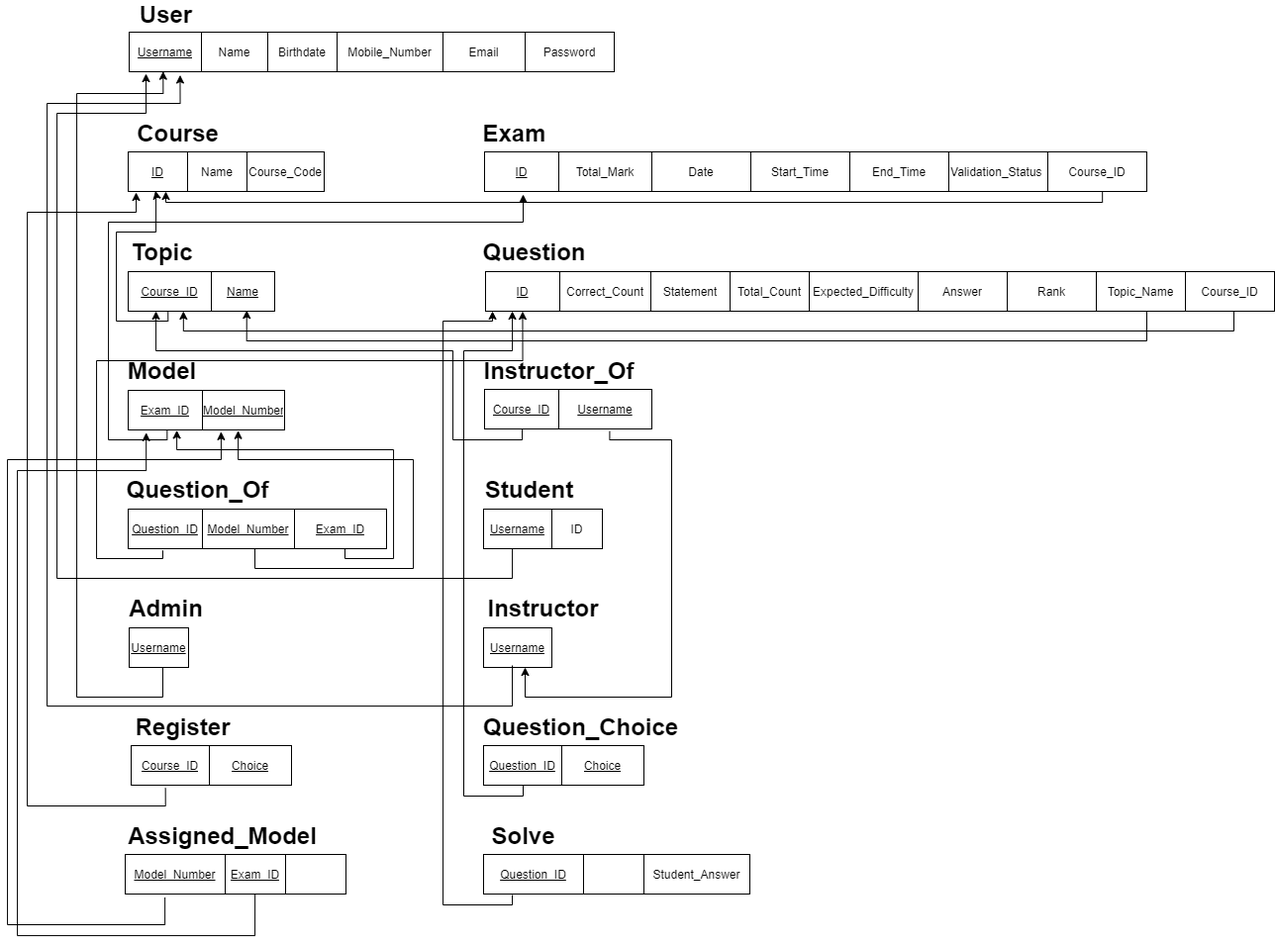
Above: Database Design/schema.png in aymanred121/Examination-Management-System (draw.io), before the change. Source tidied: cells renumbered, new cells last; positions are measured from the earlier drawing's top-left corner, leaving out a move shared by most shapes.
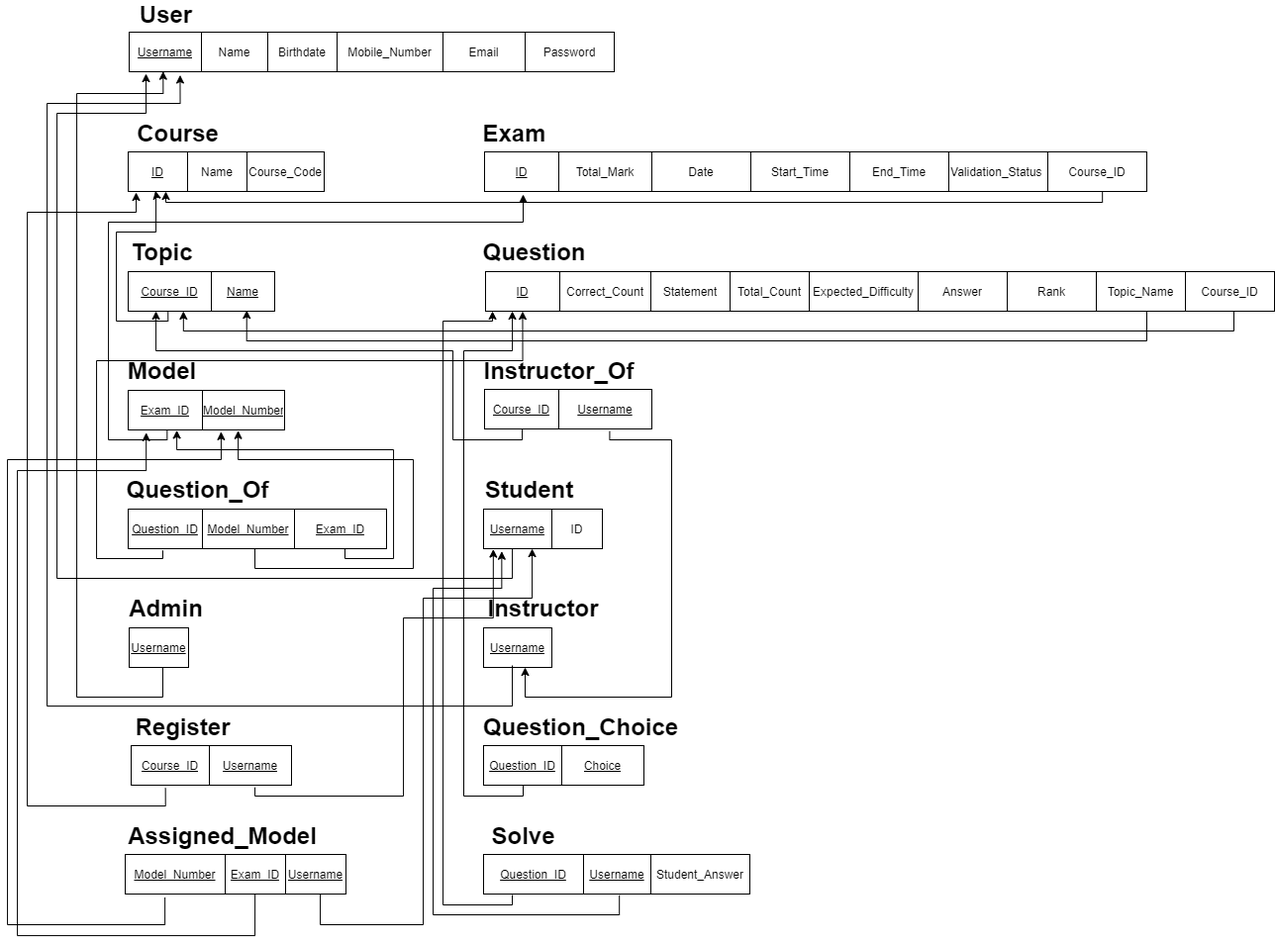
Above is the later version.

Diff of the diagram source:
```diff
@@ -383,7 +383,7 @@
     <mxCell id="94" value="&lt;u&gt;Course_ID&lt;/u&gt;" style="shape=partialRectangle;html=1;whiteSpace=wrap;overflow=hidden;fillColor=none;top=0;left=0;bottom=0;right=0;" parent="93" vertex="1">
       <mxGeometry width="79" height="40" as="geometry" />
     </mxCell>
-    <mxCell id="95" value="&lt;u&gt;Choice&lt;/u&gt;" style="shape=partialRectangle;html=1;whiteSpace=wrap;overflow=hidden;fillColor=none;top=0;left=0;bottom=0;right=0;" parent="93" vertex="1">
+    <mxCell id="95" value="&lt;u&gt;Username&lt;/u&gt;" style="shape=partialRectangle;html=1;whiteSpace=wrap;overflow=hidden;fillColor=none;top=0;left=0;bottom=0;right=0;" parent="93" vertex="1">
       <mxGeometry x="79" width="83" height="40" as="geometry" />
     </mxCell>
     <mxCell id="96" value="&lt;font size=&quot;1&quot;&gt;&lt;b style=&quot;font-size: 24px&quot;&gt;Register&lt;/b&gt;&lt;/font&gt;" style="text;html=1;align=center;verticalAlign=middle;" parent="1" vertex="1">
@@ -412,7 +412,7 @@
     <mxCell id="101" value="&lt;u&gt;Exam_ID&lt;/u&gt;" style="shape=partialRectangle;html=1;whiteSpace=wrap;overflow=hidden;fillColor=none;top=0;left=0;bottom=0;right=0;" parent="99" vertex="1">
       <mxGeometry x="101" width="61" height="40" as="geometry" />
     </mxCell>
-    <mxCell id="102" style="shape=partialRectangle;html=1;whiteSpace=wrap;overflow=hidden;fillColor=none;top=0;left=0;bottom=0;right=0;" parent="99" vertex="1">
+    <mxCell id="102" value="&lt;u&gt;Username&lt;/u&gt;" style="shape=partialRectangle;html=1;whiteSpace=wrap;overflow=hidden;fillColor=none;top=0;left=0;bottom=0;right=0;" parent="99" vertex="1">
       <mxGeometry x="162" width="61" height="40" as="geometry" />
     </mxCell>
     <mxCell id="103" value="&lt;font size=&quot;1&quot;&gt;&lt;b style=&quot;font-size: 24px&quot;&gt;Assigned_Model&lt;/b&gt;&lt;/font&gt;" style="text;html=1;align=center;verticalAlign=middle;" parent="1" vertex="1">
@@ -427,11 +427,11 @@
     <mxCell id="106" value="&lt;u&gt;Question_ID&lt;/u&gt;" style="shape=partialRectangle;html=1;whiteSpace=wrap;overflow=hidden;fillColor=none;top=0;left=0;bottom=0;right=0;" parent="105" vertex="1">
       <mxGeometry width="101" height="40" as="geometry" />
     </mxCell>
-    <mxCell id="107" style="shape=partialRectangle;html=1;whiteSpace=wrap;overflow=hidden;fillColor=none;top=0;left=0;bottom=0;right=0;" parent="105" vertex="1">
-      <mxGeometry x="101" width="61" height="40" as="geometry" />
+    <mxCell id="107" value="&lt;u&gt;Username&lt;/u&gt;" style="shape=partialRectangle;html=1;whiteSpace=wrap;overflow=hidden;fillColor=none;top=0;left=0;bottom=0;right=0;" parent="105" vertex="1">
+      <mxGeometry x="101" width="68" height="40" as="geometry" />
     </mxCell>
     <mxCell id="108" value="Student_Answer" style="shape=partialRectangle;html=1;whiteSpace=wrap;overflow=hidden;fillColor=none;top=0;left=0;bottom=0;right=0;" parent="105" vertex="1">
-      <mxGeometry x="162" width="107" height="40" as="geometry" />
+      <mxGeometry x="169" width="100" height="40" as="geometry" />
     </mxCell>
     <mxCell id="109" value="&lt;font size=&quot;1&quot;&gt;&lt;b style=&quot;font-size: 24px&quot;&gt;Solve&lt;/b&gt;&lt;/font&gt;" style="text;html=1;align=center;verticalAlign=middle;" parent="1" vertex="1">
       <mxGeometry x="481" y="830" width="80" height="20" as="geometry" />
@@ -469,5 +469,35 @@
         </Array>
       </mxGeometry>
     </mxCell>
+    <mxCell id="113" style="edgeStyle=orthogonalEdgeStyle;rounded=0;jettySize=auto;html=1;exitX=0.51;exitY=1.033;exitDx=0;exitDy=0;entryX=0.153;entryY=1.068;entryDx=0;entryDy=0;entryPerimeter=0;exitPerimeter=0;" parent="1" edge="1" source="105" target="24">
+      <mxGeometry relative="1" as="geometry">
+        <Array as="points">
+          <mxPoint x="618" y="920" />
+          <mxPoint x="430" y="920" />
+          <mxPoint x="430" y="590" />
+          <mxPoint x="499" y="590" />
+        </Array>
+      </mxGeometry>
+    </mxCell>
+    <mxCell id="114" style="edgeStyle=orthogonalEdgeStyle;rounded=0;jettySize=auto;html=1;" parent="1" edge="1" source="99" target="24">
+      <mxGeometry relative="1" as="geometry">
+        <Array as="points">
+          <mxPoint x="316" y="930" />
+          <mxPoint x="420" y="930" />
+          <mxPoint x="420" y="600" />
+          <mxPoint x="530" y="600" />
+        </Array>
+      </mxGeometry>
+    </mxCell>
+    <mxCell id="115" style="edgeStyle=orthogonalEdgeStyle;rounded=0;jettySize=auto;html=1;exitX=0.772;exitY=1.055;exitDx=0;exitDy=0;entryX=0.082;entryY=1.014;entryDx=0;entryDy=0;entryPerimeter=0;exitPerimeter=0;" parent="1" edge="1" source="93" target="24">
+      <mxGeometry relative="1" as="geometry">
+        <Array as="points">
+          <mxPoint x="250" y="800" />
+          <mxPoint x="400" y="800" />
+          <mxPoint x="400" y="620" />
+          <mxPoint x="491" y="620" />
+        </Array>
+      </mxGeometry>
+    </mxCell>
   </root>
 </mxGraphModel>
```
